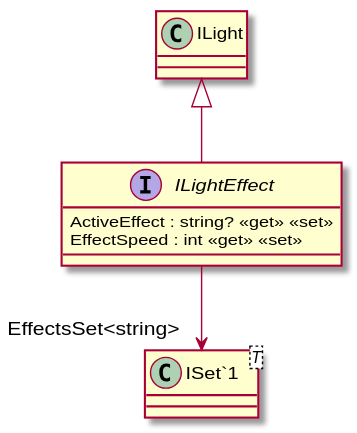
The PlantUML diagram UML/Light/ILightEffect.svg in leo-tasso/VolumeKsharp, before a commit.
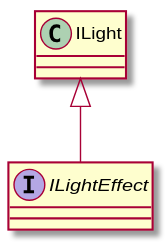
Above is the later version.

What changed in the source:
```diff
@@ -1,10 +1,5 @@
 @startuml
 interface ILightEffect {
-    ActiveEffect : string? <<get>> <<set>>
-    EffectSpeed : int <<get>> <<set>>
-}
-class "ISet`1"<T> {
 }
 ILight <|-- ILightEffect
-ILightEffect --> "EffectsSet<string>" "ISet`1"
 @enduml
```
